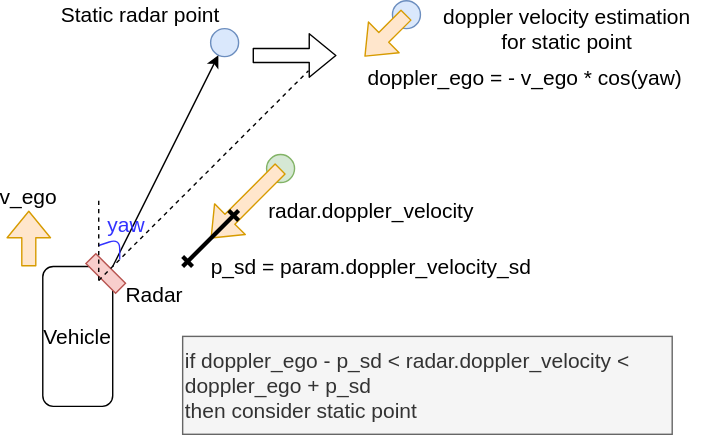
Earlier version of the draw.io export radar_static_pointcloud_filter/docs/radar_static_pointcloud_filter.drawio.svg (scepter914/my-autoware-workspace). Source tidied: cells renumbered, new cells last; positions are measured from the earlier drawing's top-left corner, leaving out a move shared by most shapes.
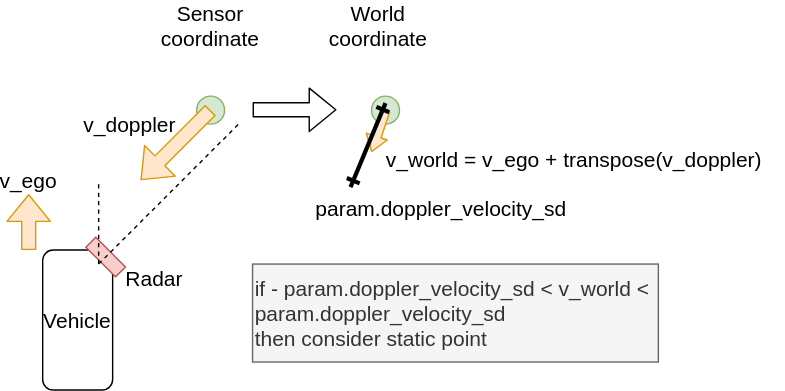
After the commit.

Diff of the diagram source:
```diff
@@ -2,20 +2,9 @@
   <root>
     <mxCell id="0" />
     <mxCell id="1" parent="0" />
-    <mxCell id="2" style="ellipse;whiteSpace=wrap;html=1;fillColor=#dae8fc;strokeColor=#6c8ebf;" parent="1" vertex="1">
-      <mxGeometry x="150" y="20" width="20" height="20" as="geometry" />
-    </mxCell>
     <mxCell id="3" value="&lt;font style=&quot;font-size: 15px&quot;&gt;Vehicle&lt;/font&gt;" style="rounded=1;whiteSpace=wrap;html=1;" parent="1" vertex="1">
       <mxGeometry x="30" y="190" width="50" height="100" as="geometry" />
     </mxCell>
-    <mxCell id="4" value="Static radar point" style="text;html=1;strokeColor=none;fillColor=none;align=center;verticalAlign=middle;whiteSpace=wrap;rounded=0;fontSize=15;" parent="1" vertex="1">
-      <mxGeometry x="30" width="140" height="20" as="geometry" />
-    </mxCell>
-    <mxCell id="5" style="endArrow=classic;html=1;fontSize=15;" parent="1" edge="1" target="2">
-      <mxGeometry relative="1" as="geometry">
-        <mxPoint x="80" y="190" as="sourcePoint" />
-      </mxGeometry>
-    </mxCell>
     <mxCell id="6" style="rounded=0;whiteSpace=wrap;html=1;fillColor=#f8cecc;strokeColor=#b85450;rotation=45;" parent="1" vertex="1">
       <mxGeometry x="60" y="190" width="30" height="10" as="geometry" />
     </mxCell>
@@ -25,7 +14,7 @@
     <mxCell id="8" style="endArrow=none;html=1;fontSize=15;dashed=1;" parent="1" edge="1">
       <mxGeometry relative="1" as="geometry">
         <mxPoint x="70" y="200" as="sourcePoint" />
-        <mxPoint x="220" y="50" as="targetPoint" />
+        <mxPoint x="170" y="100" as="targetPoint" />
       </mxGeometry>
     </mxCell>
     <mxCell id="9" style="shape=flexArrow;endArrow=classic;html=1;fontSize=15;fillColor=#ffe6cc;strokeColor=#d79b00;" parent="1" edge="1">
@@ -39,66 +28,57 @@
     </mxCell>
     <mxCell id="11" style="shape=flexArrow;endArrow=classic;html=1;fontSize=15;" parent="1" edge="1">
       <mxGeometry relative="1" as="geometry">
-        <mxPoint x="180" y="39.2" as="sourcePoint" />
-        <mxPoint x="240" y="39.2" as="targetPoint" />
+        <mxPoint x="180" y="89.8" as="sourcePoint" />
+        <mxPoint x="240" y="89.8" as="targetPoint" />
       </mxGeometry>
     </mxCell>
-    <mxCell id="12" style="ellipse;whiteSpace=wrap;html=1;fillColor=#dae8fc;strokeColor=#6c8ebf;" parent="1" vertex="1">
-      <mxGeometry x="280" width="20" height="20" as="geometry" />
-    </mxCell>
-    <mxCell id="13" style="shape=flexArrow;endArrow=classic;html=1;fontSize=15;fillColor=#ffe6cc;strokeColor=#d79b00;" parent="1" edge="1">
-      <mxGeometry relative="1" as="geometry">
-        <mxPoint x="290" y="10" as="sourcePoint" />
-        <mxPoint x="260" y="40" as="targetPoint" />
-      </mxGeometry>
-    </mxCell>
-    <mxCell id="14" value="doppler_ego = - v_ego * cos(yaw)" style="text;html=1;strokeColor=none;fillColor=none;align=center;verticalAlign=middle;whiteSpace=wrap;rounded=0;fontSize=15;" parent="1" vertex="1">
-      <mxGeometry x="250" y="40" width="250" height="30" as="geometry" />
+    <mxCell id="14" value="v_world = v_ego + transpose(v_doppler)" style="text;html=1;strokeColor=none;fillColor=none;align=center;verticalAlign=middle;whiteSpace=wrap;rounded=0;fontSize=15;" parent="1" vertex="1">
+      <mxGeometry x="260" y="110" width="300" height="30" as="geometry" />
     </mxCell>
-    <mxCell id="15" style="endArrow=none;html=1;fontSize=15;fontColor=#3333FF;strokeColor=#3333FF;" parent="1" edge="1">
-      <mxGeometry relative="1" as="geometry">
-        <mxPoint x="70" y="175" as="sourcePoint" />
-        <mxPoint x="85" y="185" as="targetPoint" />
-        <Array as="points">
-          <mxPoint x="85" y="170" />
-        </Array>
-      </mxGeometry>
-    </mxCell>
-    <mxCell id="16" value="yaw" style="text;html=1;strokeColor=none;fillColor=none;align=center;verticalAlign=middle;whiteSpace=wrap;rounded=0;fontSize=15;fontColor=#3333FF;" parent="1" vertex="1">
-      <mxGeometry x="70" y="150" width="40" height="20" as="geometry" />
-    </mxCell>
     <mxCell id="17" style="ellipse;whiteSpace=wrap;html=1;fillColor=#d5e8d4;strokeColor=#82b366;" parent="1" vertex="1">
-      <mxGeometry x="190" y="110" width="20" height="20" as="geometry" />
+      <mxGeometry x="140" y="80" width="20" height="20" as="geometry" />
     </mxCell>
     <mxCell id="18" style="shape=flexArrow;endArrow=classic;html=1;fontSize=15;fillColor=#ffe6cc;strokeColor=#d79b00;" parent="1" edge="1">
       <mxGeometry relative="1" as="geometry">
-        <mxPoint x="200" y="120" as="sourcePoint" />
-        <mxPoint x="150" y="170" as="targetPoint" />
+        <mxPoint x="150" y="90" as="sourcePoint" />
+        <mxPoint x="100" y="140" as="targetPoint" />
       </mxGeometry>
     </mxCell>
-    <mxCell id="19" value="radar.doppler_velocity" style="text;html=1;strokeColor=none;fillColor=none;align=center;verticalAlign=middle;whiteSpace=wrap;rounded=0;fontSize=15;" parent="1" vertex="1">
-      <mxGeometry x="180" y="140" width="170" height="20" as="geometry" />
+    <mxCell id="19" value="v_doppler" style="text;html=1;strokeColor=none;fillColor=none;align=center;verticalAlign=middle;whiteSpace=wrap;rounded=0;fontSize=15;" parent="1" vertex="1">
+      <mxGeometry x="40" y="90" width="105" height="20" as="geometry" />
     </mxCell>
-    <mxCell id="20" value="if doppler_ego - p_sd &amp;lt; radar.doppler_velocity &amp;lt; doppler_ego + p_sd &lt;br&gt;&amp;nbsp; &amp;nbsp; &amp;nbsp;then consider static point" style="text;html=1;align=left;verticalAlign=middle;whiteSpace=wrap;rounded=0;fontSize=15;fillColor=#f5f5f5;strokeColor=#666666;fontColor=#333333;" parent="1" vertex="1">
-      <mxGeometry x="130" y="240" width="350" height="70" as="geometry" />
+    <mxCell id="20" value="if - param.doppler_velocity_sd &amp;lt; v_world &amp;lt; param.doppler_velocity_sd&lt;br&gt;&amp;nbsp; &amp;nbsp;then consider static point" style="text;html=1;align=left;verticalAlign=middle;whiteSpace=wrap;rounded=0;fontSize=15;fillColor=#f5f5f5;strokeColor=#666666;fontColor=#333333;" parent="1" vertex="1">
+      <mxGeometry x="180" y="200" width="290" height="70" as="geometry" />
     </mxCell>
+    <mxCell id="22" value="param.doppler_velocity_sd" style="text;html=1;strokeColor=none;fillColor=none;align=center;verticalAlign=middle;whiteSpace=wrap;rounded=0;fontSize=15;" parent="1" vertex="1">
+      <mxGeometry x="190" y="150" width="250" height="20" as="geometry" />
+    </mxCell>
+    <mxCell id="24" style="endArrow=none;html=1;fontSize=15;dashed=1;" parent="1" edge="1">
+      <mxGeometry relative="1" as="geometry">
+        <mxPoint x="70" y="200" as="sourcePoint" />
+        <mxPoint x="70" y="140" as="targetPoint" />
+      </mxGeometry>
+    </mxCell>
+    <mxCell id="25" value="Sensor coordinate" style="text;html=1;strokeColor=none;fillColor=none;align=center;verticalAlign=middle;whiteSpace=wrap;rounded=0;fontSize=15;" parent="1" vertex="1">
+      <mxGeometry x="100" y="20" width="100" height="20" as="geometry" />
+    </mxCell>
+    <mxCell id="26" value="World coordinate" style="text;html=1;strokeColor=none;fillColor=none;align=center;verticalAlign=middle;whiteSpace=wrap;rounded=0;fontSize=15;" parent="1" vertex="1">
+      <mxGeometry x="220" y="20" width="100" height="20" as="geometry" />
+    </mxCell>
+    <mxCell id="27" style="ellipse;whiteSpace=wrap;html=1;fillColor=#d5e8d4;strokeColor=#82b366;" parent="1" vertex="1">
+      <mxGeometry x="265" y="80" width="20" height="20" as="geometry" />
+    </mxCell>
+    <mxCell id="28" style="shape=flexArrow;endArrow=classic;html=1;fontSize=15;fillColor=#ffe6cc;strokeColor=#d79b00;endWidth=8.24074074074074;endSize=3.411538461538461;width=6.538461538461538;" parent="1" edge="1">
+      <mxGeometry relative="1" as="geometry">
+        <mxPoint x="275" y="90" as="sourcePoint" />
+        <mxPoint x="265" y="120" as="targetPoint" />
+      </mxGeometry>
+    </mxCell>
     <mxCell id="21" style="endArrow=ERone;html=1;fontSize=15;startArrow=ERone;startFill=0;endFill=0;strokeWidth=3;" parent="1" edge="1">
       <mxGeometry relative="1" as="geometry">
-        <mxPoint x="130" y="190" as="sourcePoint" />
-        <mxPoint x="170" y="150" as="targetPoint" />
+        <mxPoint x="250" y="145" as="sourcePoint" />
+        <mxPoint x="275" y="85" as="targetPoint" />
       </mxGeometry>
     </mxCell>
-    <mxCell id="22" value="p_sd = param.doppler_velocity_sd" style="text;html=1;strokeColor=none;fillColor=none;align=center;verticalAlign=middle;whiteSpace=wrap;rounded=0;fontSize=15;" parent="1" vertex="1">
-      <mxGeometry x="140" y="180" width="250" height="20" as="geometry" />
-    </mxCell>
-    <mxCell id="23" value="doppler velocity estimation for static point" style="text;html=1;strokeColor=none;fillColor=none;align=center;verticalAlign=middle;whiteSpace=wrap;rounded=0;fontSize=15;" parent="1" vertex="1">
-      <mxGeometry x="310" y="10" width="190" height="20" as="geometry" />
-    </mxCell>
-    <mxCell id="24" style="endArrow=none;html=1;fontSize=15;dashed=1;" parent="1" edge="1">
-      <mxGeometry relative="1" as="geometry">
-        <mxPoint x="70" y="200" as="sourcePoint" />
-        <mxPoint x="70" y="140" as="targetPoint" />
-      </mxGeometry>
-    </mxCell>
   </root>
 </mxGraphModel>
```
